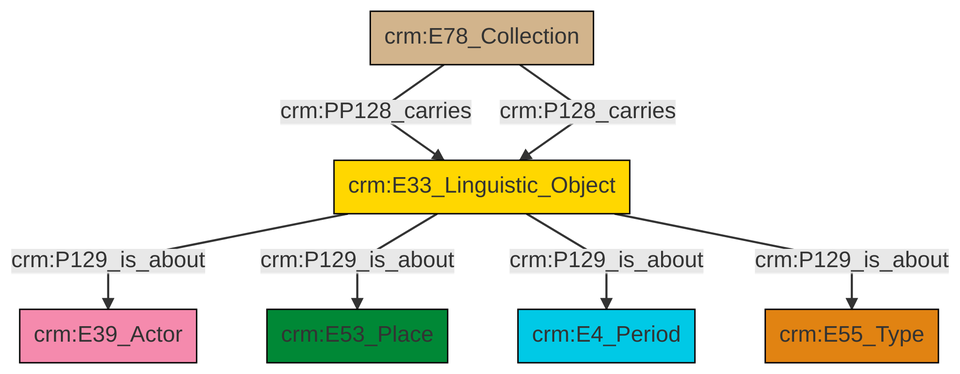
The Mermaid diagram et/archivalCSV/ttl/mmd/png/archival_aboutness.png in swiss-art-research-net/docs.swissartresearch, before a commit. Its source is kept beside it as et/archivalCSV/ttl/mmd/archival_aboutness.ttl.mmd.
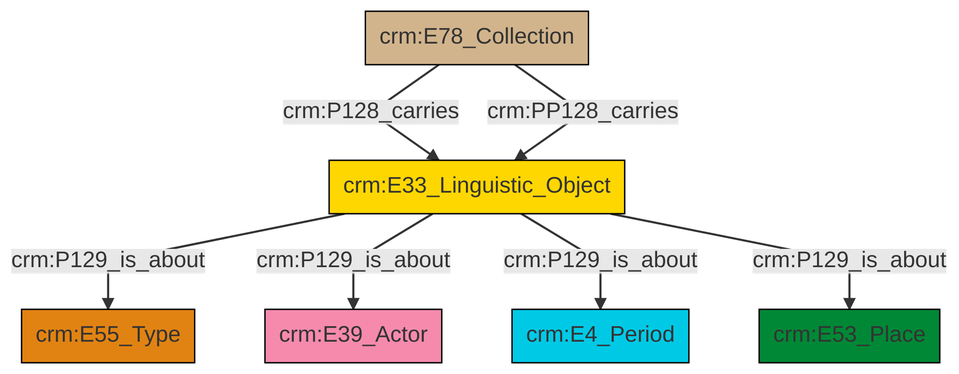
Later version of the same file.

What changed in the source:
```diff
@@ -13,9 +13,9 @@
 classDef PC_Classes fill:#4ce600, stroke:#000000;
 classDef Multi fill:#cccccc,stroke:#000000;
 
-8["crm:E78_Collection"]:::Physical_Thing -->|crm:PP128_carries| 6["crm:E33_Linguistic_Object"]:::Conceptual_Object
-6["crm:E33_Linguistic_Object"]:::Conceptual_Object -->|crm:P129_is_about| 10["crm:E39_Actor"]:::Actor
-6["crm:E33_Linguistic_Object"]:::Conceptual_Object -->|crm:P129_is_about| 2["crm:E53_Place"]:::Place
-6["crm:E33_Linguistic_Object"]:::Conceptual_Object -->|crm:P129_is_about| 4["crm:E4_Period"]:::Temporal_Entity
-8["crm:E78_Collection"]:::Physical_Thing -->|crm:P128_carries| 6["crm:E33_Linguistic_Object"]:::Conceptual_Object
-6["crm:E33_Linguistic_Object"]:::Conceptual_Object -->|crm:P129_is_about| 0["crm:E55_Type"]:::Type
+2["crm:E78_Collection"]:::Physical_Thing -->|crm:P128_carries| 4["crm:E33_Linguistic_Object"]:::Conceptual_Object
+4["crm:E33_Linguistic_Object"]:::Conceptual_Object -->|crm:P129_is_about| 5["crm:E55_Type"]:::Type
+4["crm:E33_Linguistic_Object"]:::Conceptual_Object -->|crm:P129_is_about| 6["crm:E39_Actor"]:::Actor
+2["crm:E78_Collection"]:::Physical_Thing -->|crm:PP128_carries| 4["crm:E33_Linguistic_Object"]:::Conceptual_Object
+4["crm:E33_Linguistic_Object"]:::Conceptual_Object -->|crm:P129_is_about| 0["crm:E4_Period"]:::Temporal_Entity
+4["crm:E33_Linguistic_Object"]:::Conceptual_Object -->|crm:P129_is_about| 7["crm:E53_Place"]:::Place
```
